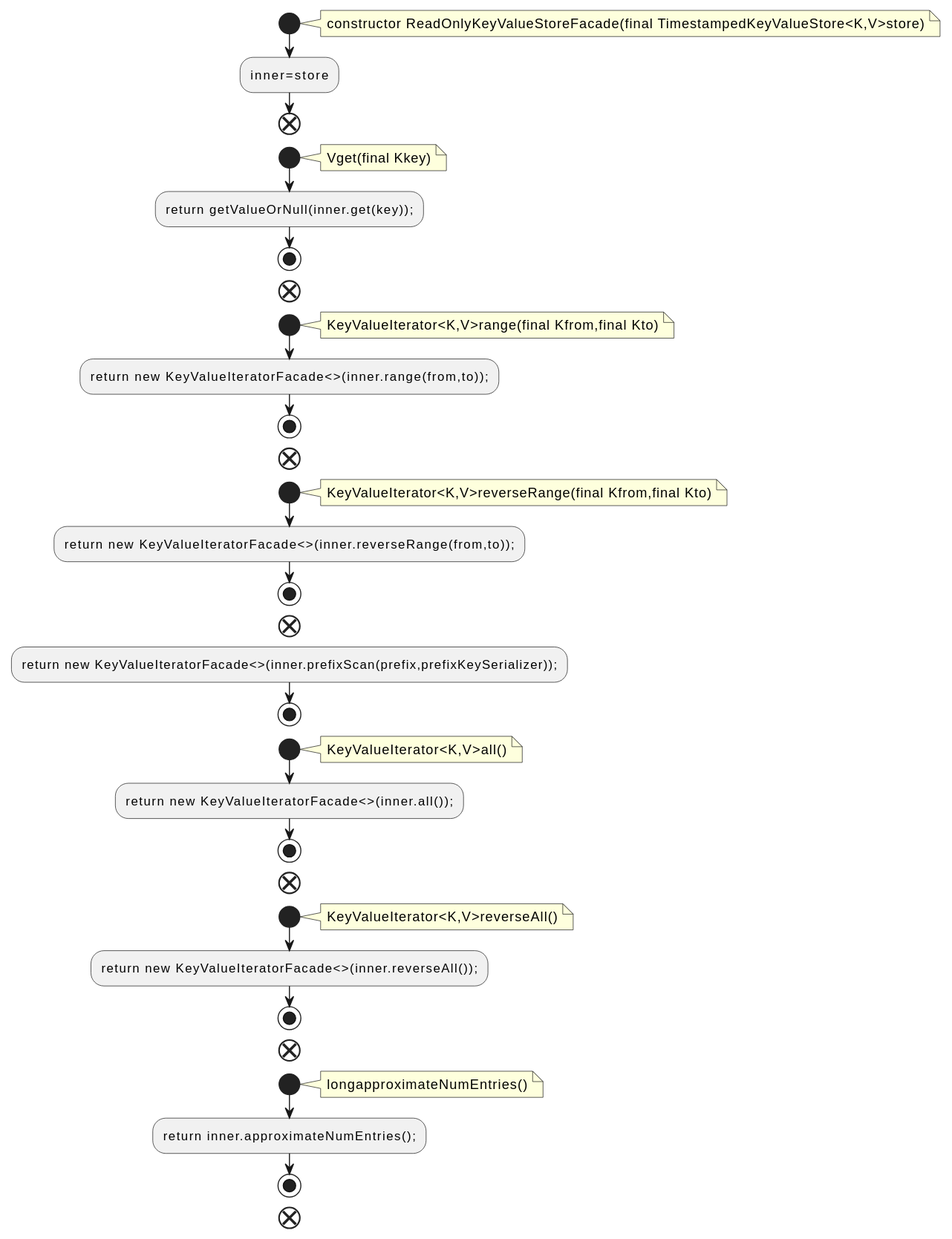
Above: docs/qc/streams/src/main/java/org/apache/kafka/streams/state/internals/ReadOnlyKeyValueStoreFacade.java.fct.svg in qualitesys/kafka (PlantUML), before the change. The source it was exported from:
```plantuml
@startuml
!pragma layout smetana
start
note right
constructor ReadOnlyKeyValueStoreFacade(final TimestampedKeyValueStore<K,V>store)
end note
:inner=store;
end
start
note right
Vget(final Kkey)
end note
:return getValueOrNull(inner.get(key));;
stop
end
start
note right
KeyValueIterator<K,V>range(final Kfrom,final Kto)
end note
:return new KeyValueIteratorFacade<>(inner.range(from,to));;
stop
end
start
note right
KeyValueIterator<K,V>reverseRange(final Kfrom,final Kto)
end note
:return new KeyValueIteratorFacade<>(inner.reverseRange(from,to));;
stop
end
:return new KeyValueIteratorFacade<>(inner.prefixScan(prefix,prefixKeySerializer));;
stop
start
note right
KeyValueIterator<K,V>all()
end note
:return new KeyValueIteratorFacade<>(inner.all());;
stop
end
start
note right
KeyValueIterator<K,V>reverseAll()
end note
:return new KeyValueIteratorFacade<>(inner.reverseAll());;
stop
end
start
note right
longapproximateNumEntries()
end note
:return inner.approximateNumEntries();;
stop
end
@enduml
```
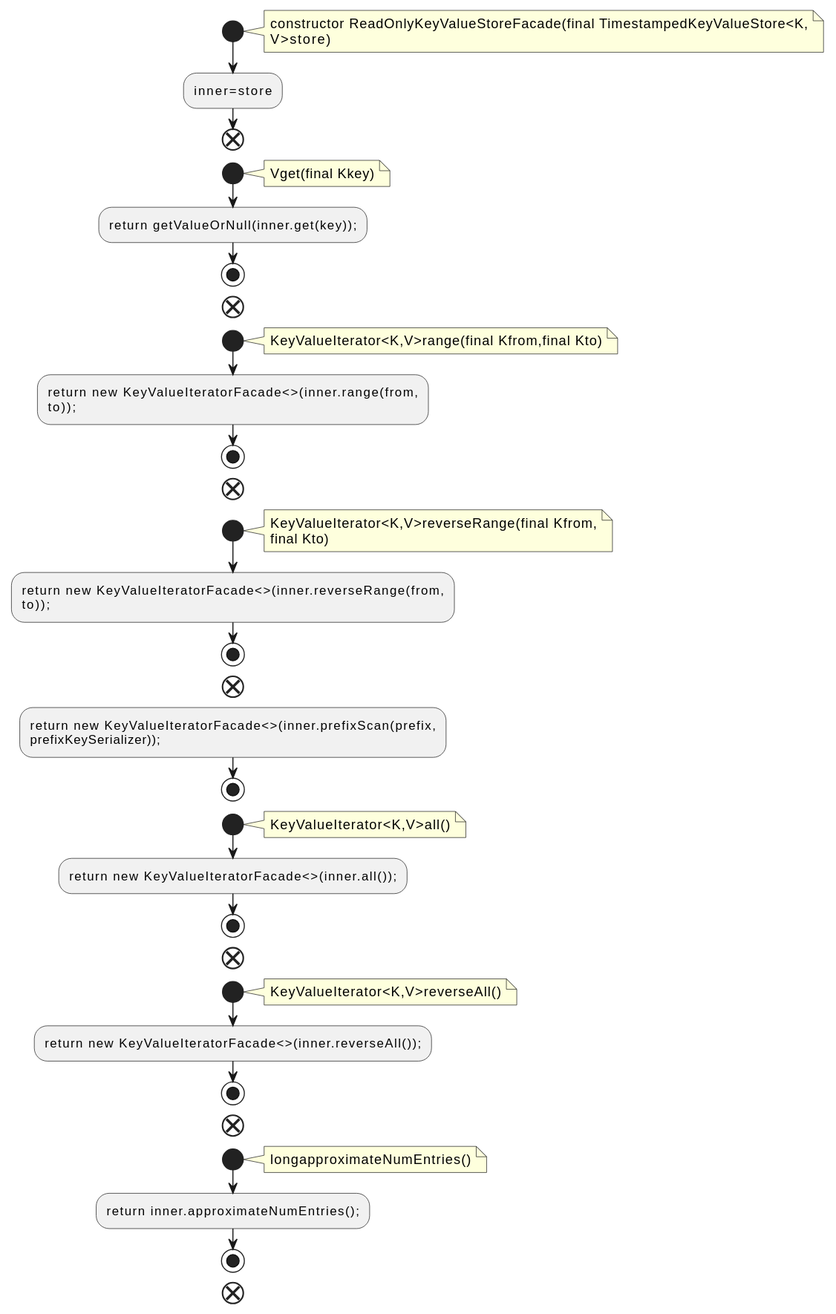
Above is the later version.

Change to the diagram source:
```diff
@@ -2,7 +2,8 @@
 !pragma layout smetana
 start
 note right
-constructor ReadOnlyKeyValueStoreFacade(final TimestampedKeyValueStore<K,V>store)
+constructor ReadOnlyKeyValueStoreFacade(final TimestampedKeyValueStore<K,
+V>store)
 end note
 :inner=store;
 end
@@ -17,17 +18,21 @@
 note right
 KeyValueIterator<K,V>range(final Kfrom,final Kto)
 end note
-:return new KeyValueIteratorFacade<>(inner.range(from,to));;
+:return new KeyValueIteratorFacade<>(inner.range(from,
+to));;
 stop
 end
 start
 note right
-KeyValueIterator<K,V>reverseRange(final Kfrom,final Kto)
+KeyValueIterator<K,V>reverseRange(final Kfrom,
+final Kto)
 end note
-:return new KeyValueIteratorFacade<>(inner.reverseRange(from,to));;
+:return new KeyValueIteratorFacade<>(inner.reverseRange(from,
+to));;
 stop
 end
-:return new KeyValueIteratorFacade<>(inner.prefixScan(prefix,prefixKeySerializer));;
+:return new KeyValueIteratorFacade<>(inner.prefixScan(prefix,
+prefixKeySerializer));;
 stop
 start
 note right
```
